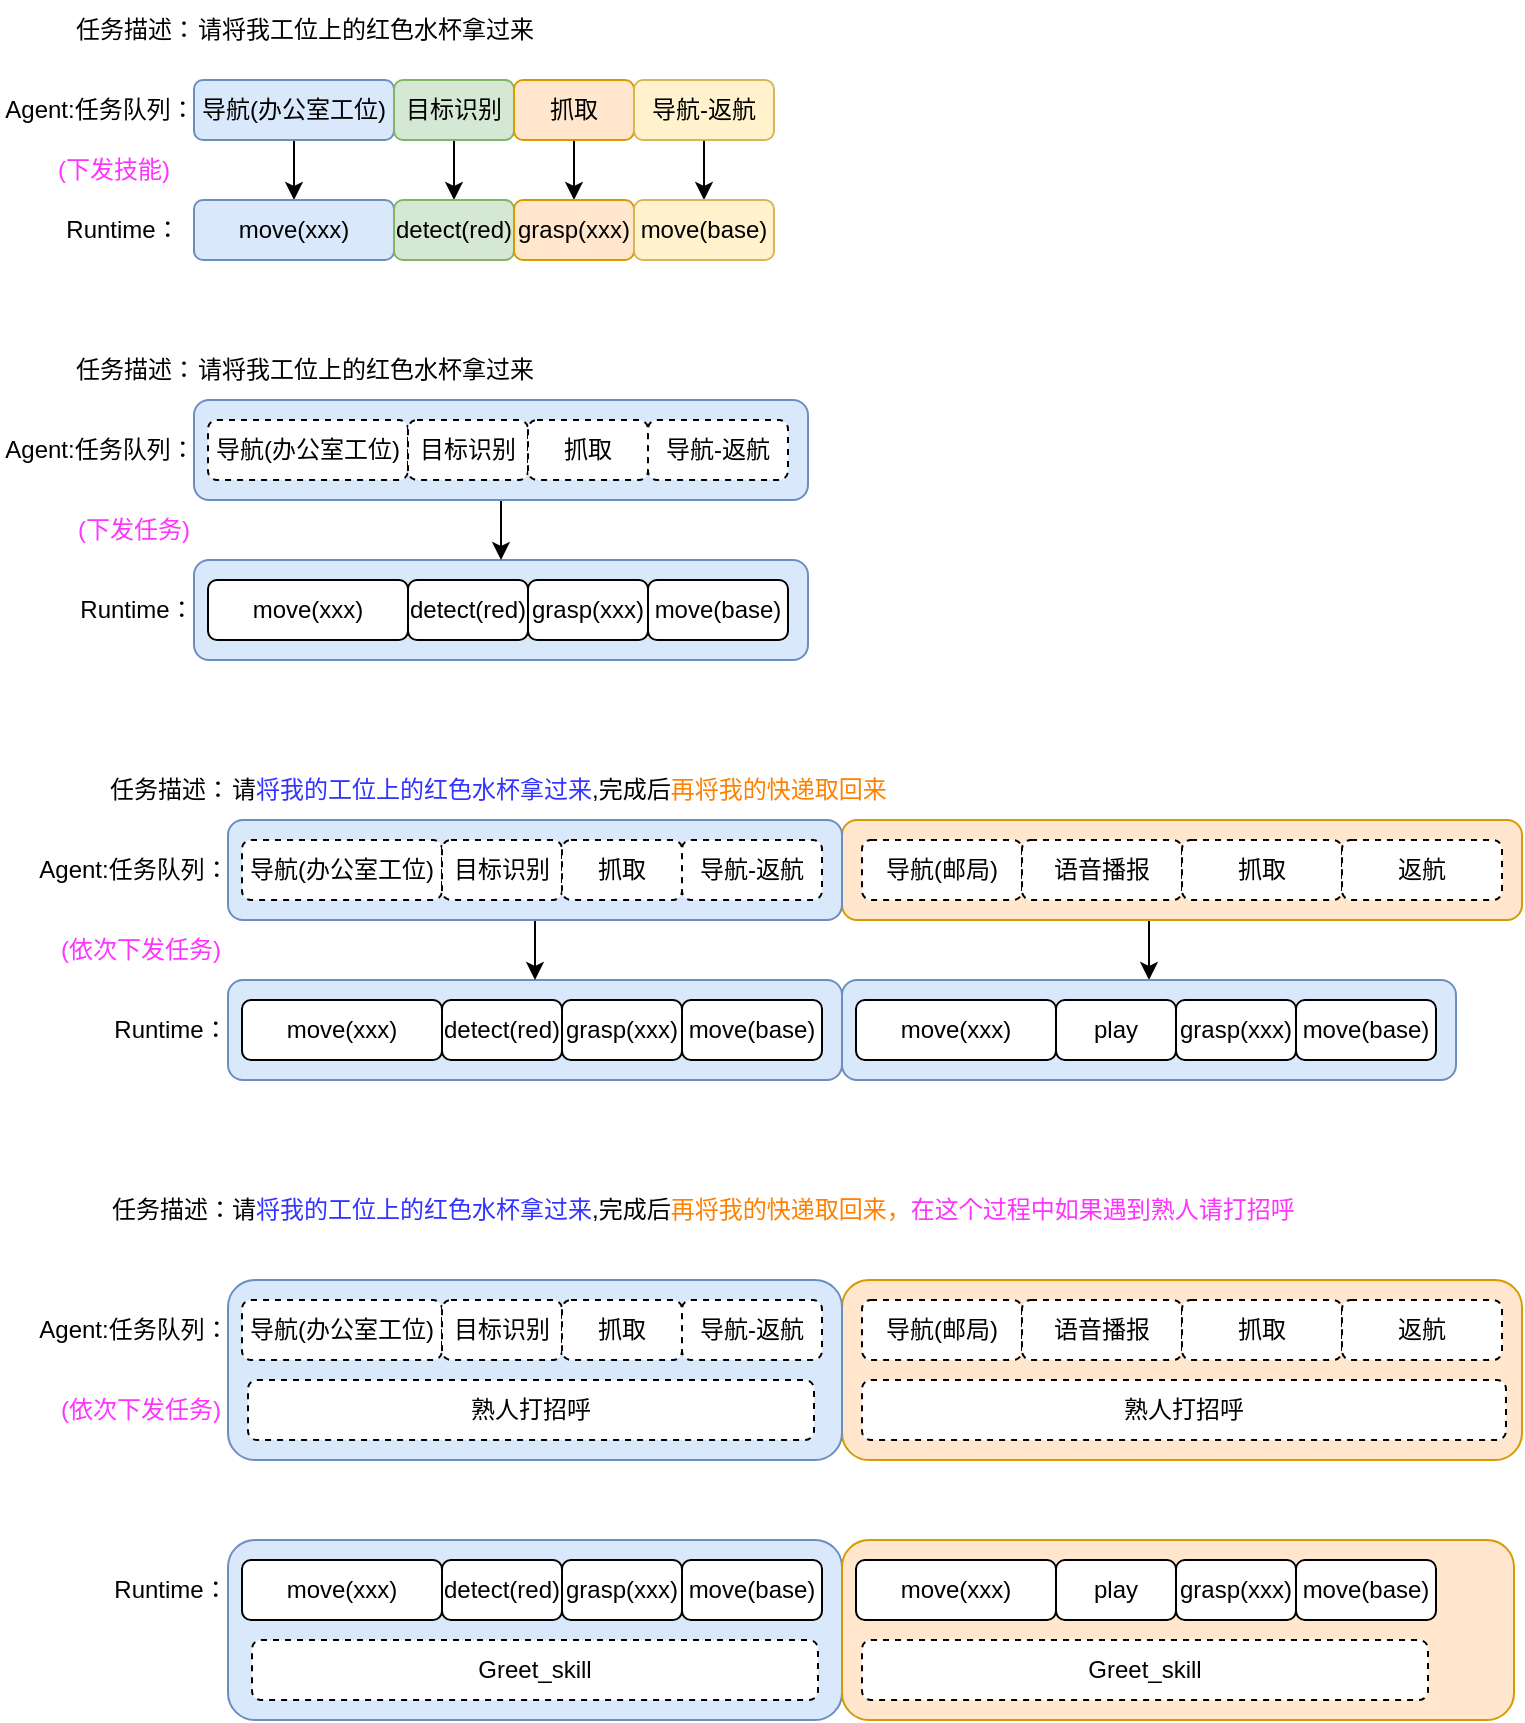
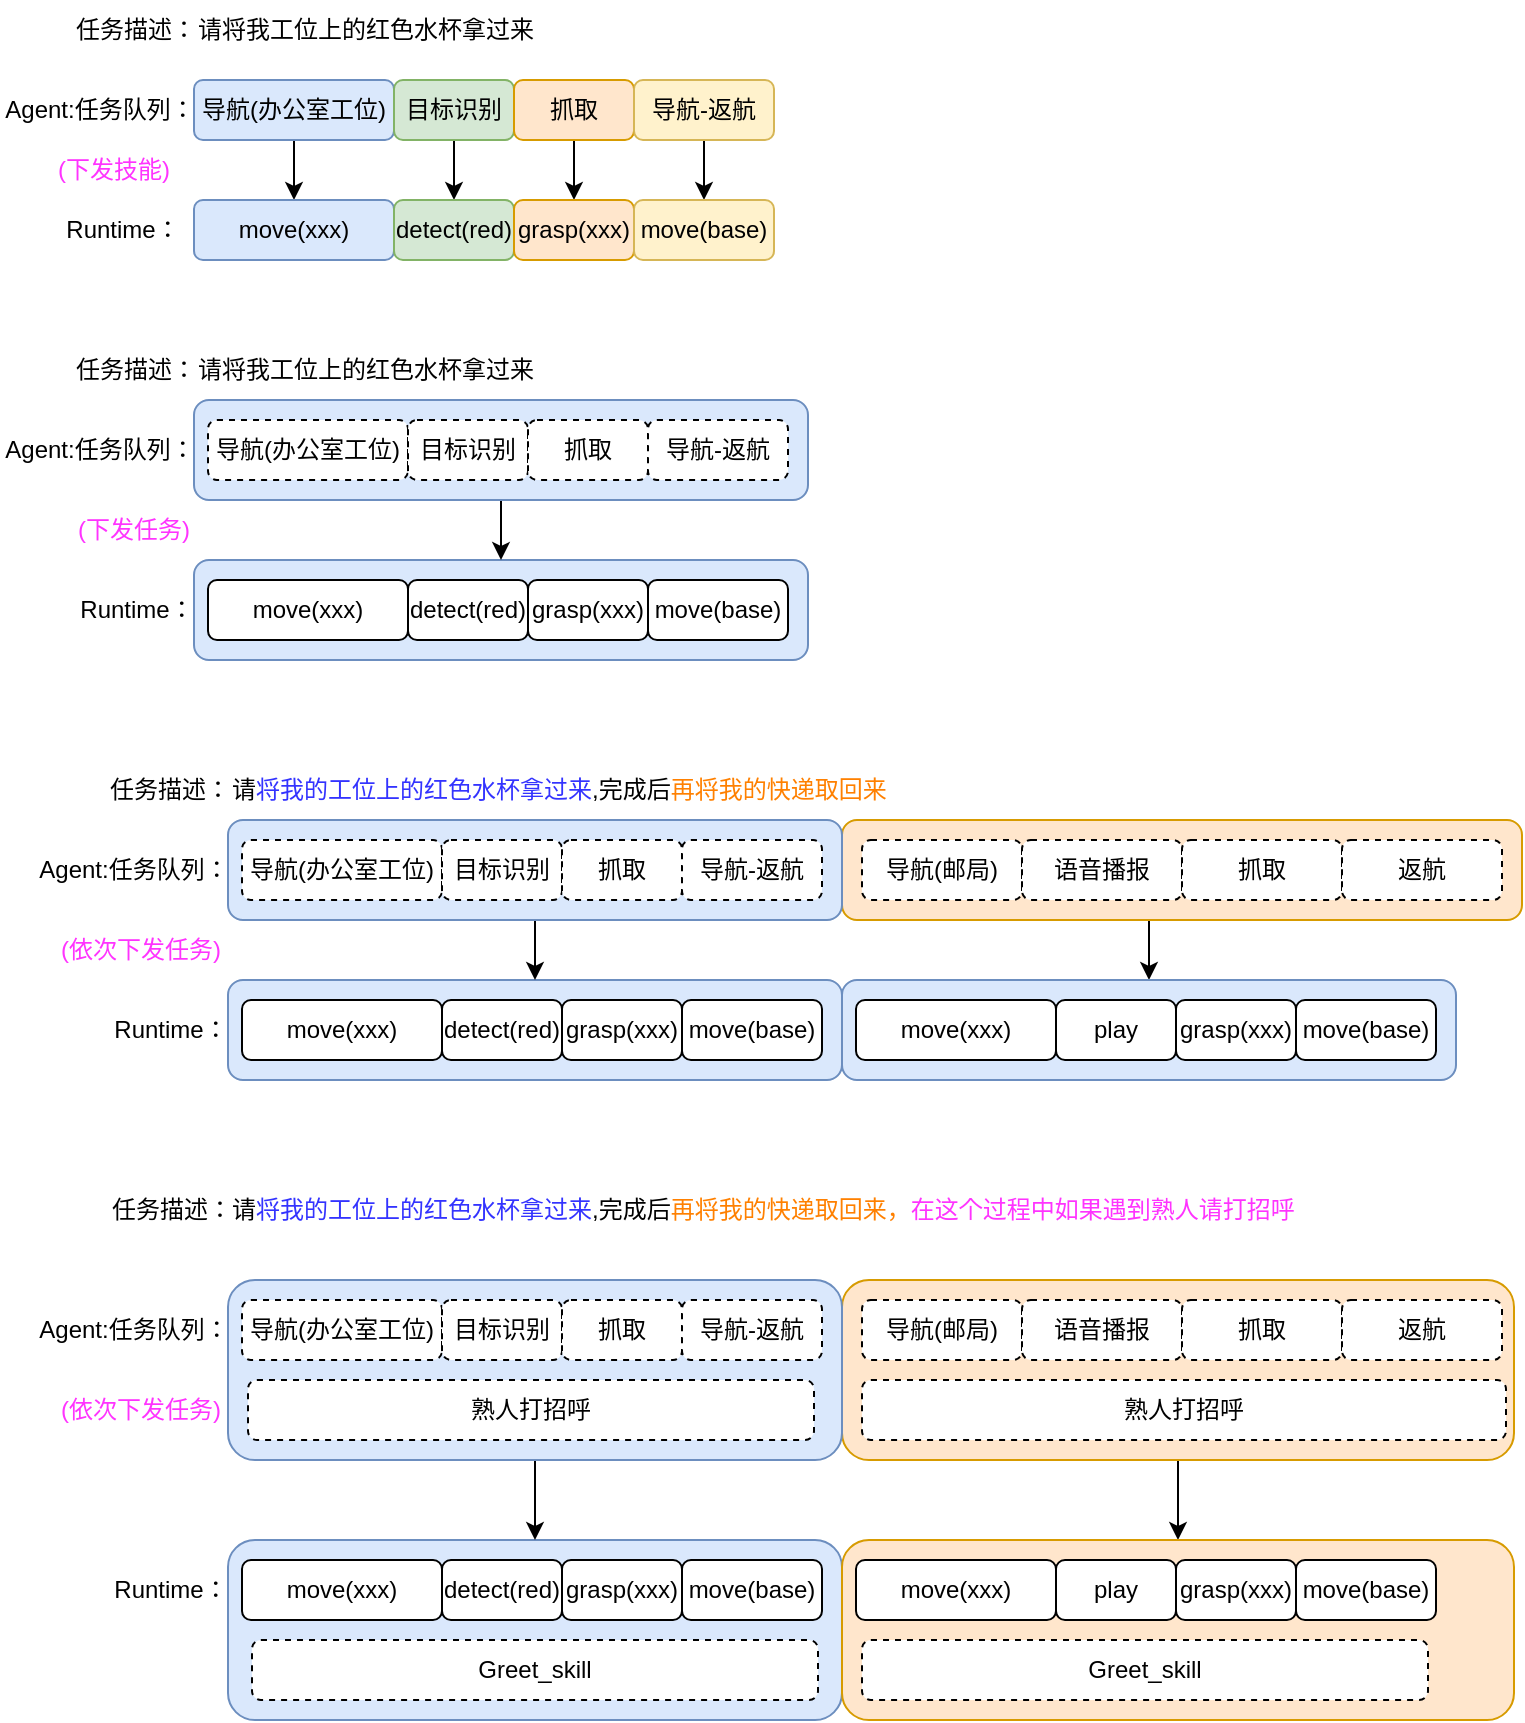
<mxfile host="app.diagrams.net">
  <diagram name="第 1 页" id="AqDmRzZVIJ-5uyctXJOA">
    <mxGraphModel dx="1120" dy="637" grid="1" gridSize="10" guides="1" tooltips="1" connect="1" arrows="1" fold="1" page="1" pageScale="1" pageWidth="2339" pageHeight="3300" math="0" shadow="0">
      <root>
        <mxCell id="0" />
        <mxCell id="1" parent="0" />
        <mxCell id="TX6EBbOIm9mCNyf-wsjQ-69" edge="1" parent="1" source="TX6EBbOIm9mCNyf-wsjQ-63" style="edgeStyle=orthogonalEdgeStyle;rounded=0;orthogonalLoop=1;jettySize=auto;html=1;exitX=0.5;exitY=1;exitDx=0;exitDy=0;entryX=0.5;entryY=0;entryDx=0;entryDy=0;" target="TX6EBbOIm9mCNyf-wsjQ-64">
          <mxGeometry relative="1" as="geometry" />
        </mxCell>
        <mxCell id="TX6EBbOIm9mCNyf-wsjQ-63" parent="1" style="rounded=1;whiteSpace=wrap;html=1;fillColor=#ffe6cc;strokeColor=#d79b00;" value="" vertex="1">
          <mxGeometry height="50" width="340" x="444" y="740" as="geometry" />
        </mxCell>
        <mxCell id="TX6EBbOIm9mCNyf-wsjQ-37" parent="1" style="rounded=1;whiteSpace=wrap;html=1;fillColor=#dae8fc;strokeColor=#6c8ebf;" value="" vertex="1">
          <mxGeometry height="50" width="307" x="120" y="610" as="geometry" />
        </mxCell>
        <mxCell id="TX6EBbOIm9mCNyf-wsjQ-38" edge="1" parent="1" source="TX6EBbOIm9mCNyf-wsjQ-36" style="edgeStyle=orthogonalEdgeStyle;rounded=0;orthogonalLoop=1;jettySize=auto;html=1;exitX=0.5;exitY=1;exitDx=0;exitDy=0;entryX=0.5;entryY=0;entryDx=0;entryDy=0;" target="TX6EBbOIm9mCNyf-wsjQ-37">
          <mxGeometry relative="1" as="geometry" />
        </mxCell>
        <mxCell id="TX6EBbOIm9mCNyf-wsjQ-36" parent="1" style="rounded=1;whiteSpace=wrap;html=1;fillColor=#dae8fc;strokeColor=#6c8ebf;" value="" vertex="1">
          <mxGeometry height="50" width="307" x="120" y="530" as="geometry" />
        </mxCell>
        <mxCell id="TX6EBbOIm9mCNyf-wsjQ-15" edge="1" parent="1" source="TX6EBbOIm9mCNyf-wsjQ-1" style="edgeStyle=orthogonalEdgeStyle;rounded=0;orthogonalLoop=1;jettySize=auto;html=1;exitX=0.5;exitY=1;exitDx=0;exitDy=0;entryX=0.5;entryY=0;entryDx=0;entryDy=0;" target="TX6EBbOIm9mCNyf-wsjQ-11">
          <mxGeometry relative="1" as="geometry" />
        </mxCell>
        <mxCell id="TX6EBbOIm9mCNyf-wsjQ-1" parent="1" style="rounded=1;whiteSpace=wrap;html=1;fillColor=#dae8fc;strokeColor=#6c8ebf;" value="导航(办公室工位)" vertex="1">
          <mxGeometry height="30" width="100" x="120" y="370" as="geometry" />
        </mxCell>
        <mxCell id="TX6EBbOIm9mCNyf-wsjQ-2" parent="1" style="text;html=1;whiteSpace=wrap;strokeColor=none;fillColor=none;align=center;verticalAlign=middle;rounded=0;" value="Agent:任务队列：" vertex="1">
          <mxGeometry height="30" width="100" x="23" y="370" as="geometry" />
        </mxCell>
        <mxCell id="TX6EBbOIm9mCNyf-wsjQ-3" parent="1" style="text;html=1;whiteSpace=wrap;strokeColor=none;fillColor=none;align=center;verticalAlign=middle;rounded=0;" value="任务描述：" vertex="1">
          <mxGeometry height="30" width="70" x="56" y="330" as="geometry" />
        </mxCell>
        <mxCell id="TX6EBbOIm9mCNyf-wsjQ-4" parent="1" style="text;html=1;whiteSpace=wrap;strokeColor=none;fillColor=none;align=left;verticalAlign=middle;rounded=0;" value="请将我工位上的红色水杯拿过来" vertex="1">
          <mxGeometry height="30" width="220" x="120" y="330" as="geometry" />
        </mxCell>
        <mxCell id="TX6EBbOIm9mCNyf-wsjQ-16" edge="1" parent="1" source="TX6EBbOIm9mCNyf-wsjQ-5" style="edgeStyle=orthogonalEdgeStyle;rounded=0;orthogonalLoop=1;jettySize=auto;html=1;exitX=0.5;exitY=1;exitDx=0;exitDy=0;entryX=0.5;entryY=0;entryDx=0;entryDy=0;" target="TX6EBbOIm9mCNyf-wsjQ-12">
          <mxGeometry relative="1" as="geometry" />
        </mxCell>
        <mxCell id="TX6EBbOIm9mCNyf-wsjQ-5" parent="1" style="rounded=1;whiteSpace=wrap;html=1;fillColor=#d5e8d4;strokeColor=#82b366;" value="目标识别" vertex="1">
          <mxGeometry height="30" width="60" x="220" y="370" as="geometry" />
        </mxCell>
        <mxCell id="TX6EBbOIm9mCNyf-wsjQ-17" edge="1" parent="1" source="TX6EBbOIm9mCNyf-wsjQ-6" style="edgeStyle=orthogonalEdgeStyle;rounded=0;orthogonalLoop=1;jettySize=auto;html=1;exitX=0.5;exitY=1;exitDx=0;exitDy=0;entryX=0.5;entryY=0;entryDx=0;entryDy=0;" target="TX6EBbOIm9mCNyf-wsjQ-13">
          <mxGeometry relative="1" as="geometry" />
        </mxCell>
        <mxCell id="TX6EBbOIm9mCNyf-wsjQ-6" parent="1" style="rounded=1;whiteSpace=wrap;html=1;fillColor=#ffe6cc;strokeColor=#d79b00;" value="抓取" vertex="1">
          <mxGeometry height="30" width="60" x="280" y="370" as="geometry" />
        </mxCell>
        <mxCell id="TX6EBbOIm9mCNyf-wsjQ-18" edge="1" parent="1" source="TX6EBbOIm9mCNyf-wsjQ-7" style="edgeStyle=orthogonalEdgeStyle;rounded=0;orthogonalLoop=1;jettySize=auto;html=1;exitX=0.5;exitY=1;exitDx=0;exitDy=0;entryX=0.5;entryY=0;entryDx=0;entryDy=0;" target="TX6EBbOIm9mCNyf-wsjQ-14">
          <mxGeometry relative="1" as="geometry" />
        </mxCell>
        <mxCell id="TX6EBbOIm9mCNyf-wsjQ-7" parent="1" style="rounded=1;whiteSpace=wrap;html=1;fillColor=#fff2cc;strokeColor=#d6b656;" value="导航-返航" vertex="1">
          <mxGeometry height="30" width="70" x="340" y="370" as="geometry" />
        </mxCell>
        <mxCell id="TX6EBbOIm9mCNyf-wsjQ-8" parent="1" style="text;html=1;whiteSpace=wrap;strokeColor=none;fillColor=none;align=center;verticalAlign=middle;rounded=0;" value="Runtime：" vertex="1">
          <mxGeometry height="30" width="57" x="56" y="430" as="geometry" />
        </mxCell>
        <mxCell id="TX6EBbOIm9mCNyf-wsjQ-11" parent="1" style="rounded=1;whiteSpace=wrap;html=1;fillColor=#dae8fc;strokeColor=#6c8ebf;" value="move(xxx)" vertex="1">
          <mxGeometry height="30" width="100" x="120" y="430" as="geometry" />
        </mxCell>
        <mxCell id="TX6EBbOIm9mCNyf-wsjQ-12" parent="1" style="rounded=1;whiteSpace=wrap;html=1;fillColor=#d5e8d4;strokeColor=#82b366;" value="detect(red)" vertex="1">
          <mxGeometry height="30" width="60" x="220" y="430" as="geometry" />
        </mxCell>
        <mxCell id="TX6EBbOIm9mCNyf-wsjQ-13" parent="1" style="rounded=1;whiteSpace=wrap;html=1;fillColor=#ffe6cc;strokeColor=#d79b00;" value="grasp(xxx)" vertex="1">
          <mxGeometry height="30" width="60" x="280" y="430" as="geometry" />
        </mxCell>
        <mxCell id="TX6EBbOIm9mCNyf-wsjQ-14" parent="1" style="rounded=1;whiteSpace=wrap;html=1;fillColor=#fff2cc;strokeColor=#d6b656;" value="move(base)" vertex="1">
          <mxGeometry height="30" width="70" x="340" y="430" as="geometry" />
        </mxCell>
        <mxCell id="TX6EBbOIm9mCNyf-wsjQ-19" parent="1" style="text;html=1;whiteSpace=wrap;strokeColor=none;fillColor=none;align=left;verticalAlign=middle;rounded=0;" value="请将我工位上的红色水杯拿过来" vertex="1">
          <mxGeometry height="30" width="220" x="120" y="500" as="geometry" />
        </mxCell>
        <mxCell id="TX6EBbOIm9mCNyf-wsjQ-20" parent="1" style="text;html=1;whiteSpace=wrap;strokeColor=none;fillColor=none;align=center;verticalAlign=middle;rounded=0;" value="任务描述：" vertex="1">
          <mxGeometry height="30" width="70" x="56" y="500" as="geometry" />
        </mxCell>
        <mxCell id="TX6EBbOIm9mCNyf-wsjQ-22" parent="1" style="rounded=1;whiteSpace=wrap;html=1;dashed=1;" value="导航(办公室工位)" vertex="1">
          <mxGeometry height="30" width="100" x="127" y="540" as="geometry" />
        </mxCell>
        <mxCell id="TX6EBbOIm9mCNyf-wsjQ-23" parent="1" style="text;html=1;whiteSpace=wrap;strokeColor=none;fillColor=none;align=center;verticalAlign=middle;rounded=0;" value="Agent:任务队列：" vertex="1">
          <mxGeometry height="30" width="100" x="23" y="540" as="geometry" />
        </mxCell>
        <mxCell id="TX6EBbOIm9mCNyf-wsjQ-25" parent="1" style="rounded=1;whiteSpace=wrap;html=1;dashed=1;" value="目标识别" vertex="1">
          <mxGeometry height="30" width="60" x="227" y="540" as="geometry" />
        </mxCell>
        <mxCell id="TX6EBbOIm9mCNyf-wsjQ-27" parent="1" style="rounded=1;whiteSpace=wrap;html=1;dashed=1;" value="抓取" vertex="1">
          <mxGeometry height="30" width="60" x="287" y="540" as="geometry" />
        </mxCell>
        <mxCell id="TX6EBbOIm9mCNyf-wsjQ-29" parent="1" style="rounded=1;whiteSpace=wrap;html=1;dashed=1;" value="导航-返航" vertex="1">
          <mxGeometry height="30" width="70" x="347" y="540" as="geometry" />
        </mxCell>
        <mxCell id="TX6EBbOIm9mCNyf-wsjQ-30" parent="1" style="text;html=1;whiteSpace=wrap;strokeColor=none;fillColor=none;align=center;verticalAlign=middle;rounded=0;" value="Runtime：" vertex="1">
          <mxGeometry height="30" width="57" x="62.5" y="620" as="geometry" />
        </mxCell>
        <mxCell id="TX6EBbOIm9mCNyf-wsjQ-31" parent="1" style="rounded=1;whiteSpace=wrap;html=1;" value="move(xxx)" vertex="1">
          <mxGeometry height="30" width="100" x="127" y="620" as="geometry" />
        </mxCell>
        <mxCell id="TX6EBbOIm9mCNyf-wsjQ-32" parent="1" style="rounded=1;whiteSpace=wrap;html=1;" value="detect(red)" vertex="1">
          <mxGeometry height="30" width="60" x="227" y="620" as="geometry" />
        </mxCell>
        <mxCell id="TX6EBbOIm9mCNyf-wsjQ-33" parent="1" style="rounded=1;whiteSpace=wrap;html=1;" value="grasp(xxx)" vertex="1">
          <mxGeometry height="30" width="60" x="287" y="620" as="geometry" />
        </mxCell>
        <mxCell id="TX6EBbOIm9mCNyf-wsjQ-34" parent="1" style="rounded=1;whiteSpace=wrap;html=1;" value="move(base)" vertex="1">
          <mxGeometry height="30" width="70" x="347" y="620" as="geometry" />
        </mxCell>
        <mxCell id="TX6EBbOIm9mCNyf-wsjQ-35" parent="1" style="text;html=1;whiteSpace=wrap;strokeColor=none;fillColor=none;align=center;verticalAlign=middle;rounded=0;fontColor=#FF33FF;" value="(下发技能)" vertex="1">
          <mxGeometry height="30" width="60" x="50" y="400" as="geometry" />
        </mxCell>
        <mxCell id="TX6EBbOIm9mCNyf-wsjQ-39" parent="1" style="text;html=1;whiteSpace=wrap;strokeColor=none;fillColor=none;align=center;verticalAlign=middle;rounded=0;fontColor=#FF33FF;" value="(下发任务)" vertex="1">
          <mxGeometry height="30" width="60" x="59.5" y="580" as="geometry" />
        </mxCell>
        <mxCell id="TX6EBbOIm9mCNyf-wsjQ-40" parent="1" style="rounded=1;whiteSpace=wrap;html=1;fillColor=#dae8fc;strokeColor=#6c8ebf;" value="" vertex="1">
          <mxGeometry height="50" width="307" x="137" y="820" as="geometry" />
        </mxCell>
        <mxCell id="TX6EBbOIm9mCNyf-wsjQ-41" edge="1" parent="1" source="TX6EBbOIm9mCNyf-wsjQ-42" style="edgeStyle=orthogonalEdgeStyle;rounded=0;orthogonalLoop=1;jettySize=auto;html=1;exitX=0.5;exitY=1;exitDx=0;exitDy=0;entryX=0.5;entryY=0;entryDx=0;entryDy=0;" target="TX6EBbOIm9mCNyf-wsjQ-40">
          <mxGeometry relative="1" as="geometry" />
        </mxCell>
        <mxCell id="TX6EBbOIm9mCNyf-wsjQ-42" parent="1" style="rounded=1;whiteSpace=wrap;html=1;fillColor=#dae8fc;strokeColor=#6c8ebf;" value="" vertex="1">
          <mxGeometry height="50" width="307" x="137" y="740" as="geometry" />
        </mxCell>
        <mxCell id="TX6EBbOIm9mCNyf-wsjQ-43" parent="1" style="text;html=1;whiteSpace=wrap;strokeColor=none;fillColor=none;align=left;verticalAlign=middle;rounded=0;" value="请&lt;font style=&quot;color: rgb(51, 51, 255);&quot;&gt;将我的工位上的红色水杯拿过来&lt;/font&gt;,完成后&lt;font style=&quot;color: rgb(255, 128, 0);&quot;&gt;再将我的快递取回来&lt;/font&gt;" vertex="1">
          <mxGeometry height="30" width="373" x="137" y="710" as="geometry" />
        </mxCell>
        <mxCell id="TX6EBbOIm9mCNyf-wsjQ-44" parent="1" style="text;html=1;whiteSpace=wrap;strokeColor=none;fillColor=none;align=center;verticalAlign=middle;rounded=0;" value="任务描述：" vertex="1">
          <mxGeometry height="30" width="70" x="73" y="710" as="geometry" />
        </mxCell>
        <mxCell id="TX6EBbOIm9mCNyf-wsjQ-45" parent="1" style="rounded=1;whiteSpace=wrap;html=1;dashed=1;" value="导航(办公室工位)" vertex="1">
          <mxGeometry height="30" width="100" x="144" y="750" as="geometry" />
        </mxCell>
        <mxCell id="TX6EBbOIm9mCNyf-wsjQ-46" parent="1" style="text;html=1;whiteSpace=wrap;strokeColor=none;fillColor=none;align=center;verticalAlign=middle;rounded=0;" value="Agent:任务队列：" vertex="1">
          <mxGeometry height="30" width="100" x="40" y="750" as="geometry" />
        </mxCell>
        <mxCell id="TX6EBbOIm9mCNyf-wsjQ-47" parent="1" style="rounded=1;whiteSpace=wrap;html=1;dashed=1;" value="目标识别" vertex="1">
          <mxGeometry height="30" width="60" x="244" y="750" as="geometry" />
        </mxCell>
        <mxCell id="TX6EBbOIm9mCNyf-wsjQ-48" parent="1" style="rounded=1;whiteSpace=wrap;html=1;dashed=1;" value="抓取" vertex="1">
          <mxGeometry height="30" width="60" x="304" y="750" as="geometry" />
        </mxCell>
        <mxCell id="TX6EBbOIm9mCNyf-wsjQ-49" parent="1" style="rounded=1;whiteSpace=wrap;html=1;dashed=1;" value="导航-返航" vertex="1">
          <mxGeometry height="30" width="70" x="364" y="750" as="geometry" />
        </mxCell>
        <mxCell id="TX6EBbOIm9mCNyf-wsjQ-50" parent="1" style="text;html=1;whiteSpace=wrap;strokeColor=none;fillColor=none;align=center;verticalAlign=middle;rounded=0;" value="Runtime：" vertex="1">
          <mxGeometry height="30" width="57" x="79.5" y="830" as="geometry" />
        </mxCell>
        <mxCell id="TX6EBbOIm9mCNyf-wsjQ-51" parent="1" style="rounded=1;whiteSpace=wrap;html=1;" value="move(xxx)" vertex="1">
          <mxGeometry height="30" width="100" x="144" y="830" as="geometry" />
        </mxCell>
        <mxCell id="TX6EBbOIm9mCNyf-wsjQ-52" parent="1" style="rounded=1;whiteSpace=wrap;html=1;" value="detect(red)" vertex="1">
          <mxGeometry height="30" width="60" x="244" y="830" as="geometry" />
        </mxCell>
        <mxCell id="TX6EBbOIm9mCNyf-wsjQ-53" parent="1" style="rounded=1;whiteSpace=wrap;html=1;" value="grasp(xxx)" vertex="1">
          <mxGeometry height="30" width="60" x="304" y="830" as="geometry" />
        </mxCell>
        <mxCell id="TX6EBbOIm9mCNyf-wsjQ-54" parent="1" style="rounded=1;whiteSpace=wrap;html=1;" value="move(base)" vertex="1">
          <mxGeometry height="30" width="70" x="364" y="830" as="geometry" />
        </mxCell>
        <mxCell id="TX6EBbOIm9mCNyf-wsjQ-55" parent="1" style="text;html=1;whiteSpace=wrap;strokeColor=none;fillColor=none;align=center;verticalAlign=middle;rounded=0;fontColor=#FF33FF;" value="(依次下发任务)" vertex="1">
          <mxGeometry height="30" width="86.5" x="50" y="790" as="geometry" />
        </mxCell>
        <mxCell id="TX6EBbOIm9mCNyf-wsjQ-56" parent="1" style="rounded=1;whiteSpace=wrap;html=1;dashed=1;" value="导航(邮局)" vertex="1">
          <mxGeometry height="30" width="80" x="454" y="750" as="geometry" />
        </mxCell>
        <mxCell id="TX6EBbOIm9mCNyf-wsjQ-60" parent="1" style="rounded=1;whiteSpace=wrap;html=1;dashed=1;" value="语音播报" vertex="1">
          <mxGeometry height="30" width="80" x="534" y="750" as="geometry" />
        </mxCell>
        <mxCell id="TX6EBbOIm9mCNyf-wsjQ-61" parent="1" style="rounded=1;whiteSpace=wrap;html=1;dashed=1;" value="抓取" vertex="1">
          <mxGeometry height="30" width="80" x="614" y="750" as="geometry" />
        </mxCell>
        <mxCell id="TX6EBbOIm9mCNyf-wsjQ-62" parent="1" style="rounded=1;whiteSpace=wrap;html=1;dashed=1;" value="返航" vertex="1">
          <mxGeometry height="30" width="80" x="694" y="750" as="geometry" />
        </mxCell>
        <mxCell id="TX6EBbOIm9mCNyf-wsjQ-64" parent="1" style="rounded=1;whiteSpace=wrap;html=1;fillColor=#dae8fc;strokeColor=#6c8ebf;" value="" vertex="1">
          <mxGeometry height="50" width="307" x="444" y="820" as="geometry" />
        </mxCell>
        <mxCell id="TX6EBbOIm9mCNyf-wsjQ-65" parent="1" style="rounded=1;whiteSpace=wrap;html=1;" value="move(xxx)" vertex="1">
          <mxGeometry height="30" width="100" x="451" y="830" as="geometry" />
        </mxCell>
        <mxCell id="TX6EBbOIm9mCNyf-wsjQ-66" parent="1" style="rounded=1;whiteSpace=wrap;html=1;" value="play" vertex="1">
          <mxGeometry height="30" width="60" x="551" y="830" as="geometry" />
        </mxCell>
        <mxCell id="TX6EBbOIm9mCNyf-wsjQ-67" parent="1" style="rounded=1;whiteSpace=wrap;html=1;" value="grasp(xxx)" vertex="1">
          <mxGeometry height="30" width="60" x="611" y="830" as="geometry" />
        </mxCell>
        <mxCell id="TX6EBbOIm9mCNyf-wsjQ-68" parent="1" style="rounded=1;whiteSpace=wrap;html=1;" value="move(base)" vertex="1">
          <mxGeometry height="30" width="70" x="671" y="830" as="geometry" />
        </mxCell>
        <mxCell id="TX6EBbOIm9mCNyf-wsjQ-70" parent="1" style="text;html=1;whiteSpace=wrap;strokeColor=none;fillColor=none;align=left;verticalAlign=middle;rounded=0;" value="请&lt;font style=&quot;color: rgb(51, 51, 255);&quot;&gt;将我的工位上的红色水杯拿过来&lt;/font&gt;,完成后&lt;font style=&quot;color: rgb(255, 128, 0);&quot;&gt;再将我的快递取回来，&lt;/font&gt;&lt;font style=&quot;color: rgb(255, 51, 255);&quot;&gt;在这个过程中如果遇到熟人请打招呼&lt;/font&gt;" vertex="1">
          <mxGeometry height="30" width="583" x="137" y="920" as="geometry" />
        </mxCell>
        <mxCell id="TX6EBbOIm9mCNyf-wsjQ-71" parent="1" style="text;html=1;whiteSpace=wrap;strokeColor=none;fillColor=none;align=center;verticalAlign=middle;rounded=0;" value="任务描述：" vertex="1">
          <mxGeometry height="30" width="70" x="74" y="920" as="geometry" />
        </mxCell>
+         <mxCell id="TX6EBbOIm9mCNyf-wsjQ-104" edge="1" parent="1" source="TX6EBbOIm9mCNyf-wsjQ-73" style="edgeStyle=orthogonalEdgeStyle;rounded=0;orthogonalLoop=1;jettySize=auto;html=1;exitX=0.5;exitY=1;exitDx=0;exitDy=0;entryX=0.5;entryY=0;entryDx=0;entryDy=0;" target="TX6EBbOIm9mCNyf-wsjQ-94">
+           <mxGeometry relative="1" as="geometry" />
+         </mxCell>
        <mxCell id="TX6EBbOIm9mCNyf-wsjQ-73" parent="1" style="rounded=1;whiteSpace=wrap;html=1;fillColor=#ffe6cc;strokeColor=#d79b00;" value="" vertex="1">
-           <mxGeometry height="90" width="340" x="444" y="970" as="geometry" />
+           <mxGeometry height="90" width="336" x="444" y="970" as="geometry" />
        </mxCell>
        <mxCell id="TX6EBbOIm9mCNyf-wsjQ-74" parent="1" style="rounded=1;whiteSpace=wrap;html=1;fillColor=#dae8fc;strokeColor=#6c8ebf;" value="" vertex="1">
          <mxGeometry height="90" width="307" x="137" y="1100" as="geometry" />
+         </mxCell>
+         <mxCell id="TX6EBbOIm9mCNyf-wsjQ-103" edge="1" parent="1" source="TX6EBbOIm9mCNyf-wsjQ-76" style="edgeStyle=orthogonalEdgeStyle;rounded=0;orthogonalLoop=1;jettySize=auto;html=1;exitX=0.5;exitY=1;exitDx=0;exitDy=0;entryX=0.5;entryY=0;entryDx=0;entryDy=0;" target="TX6EBbOIm9mCNyf-wsjQ-74">
+           <mxGeometry relative="1" as="geometry" />
        </mxCell>
        <mxCell id="TX6EBbOIm9mCNyf-wsjQ-76" parent="1" style="rounded=1;whiteSpace=wrap;html=1;fillColor=#dae8fc;strokeColor=#6c8ebf;" value="" vertex="1">
          <mxGeometry height="90" width="307" x="137" y="970" as="geometry" />
        </mxCell>
        <mxCell id="TX6EBbOIm9mCNyf-wsjQ-79" parent="1" style="rounded=1;whiteSpace=wrap;html=1;dashed=1;" value="导航(办公室工位)" vertex="1">
          <mxGeometry height="30" width="100" x="144" y="980" as="geometry" />
        </mxCell>
        <mxCell id="TX6EBbOIm9mCNyf-wsjQ-80" parent="1" style="text;html=1;whiteSpace=wrap;strokeColor=none;fillColor=none;align=center;verticalAlign=middle;rounded=0;" value="Agent:任务队列：" vertex="1">
          <mxGeometry height="30" width="100" x="40" y="980" as="geometry" />
        </mxCell>
        <mxCell id="TX6EBbOIm9mCNyf-wsjQ-81" parent="1" style="rounded=1;whiteSpace=wrap;html=1;dashed=1;" value="目标识别" vertex="1">
          <mxGeometry height="30" width="60" x="244" y="980" as="geometry" />
        </mxCell>
        <mxCell id="TX6EBbOIm9mCNyf-wsjQ-82" parent="1" style="rounded=1;whiteSpace=wrap;html=1;dashed=1;" value="抓取" vertex="1">
          <mxGeometry height="30" width="60" x="304" y="980" as="geometry" />
        </mxCell>
        <mxCell id="TX6EBbOIm9mCNyf-wsjQ-83" parent="1" style="rounded=1;whiteSpace=wrap;html=1;dashed=1;" value="导航-返航" vertex="1">
          <mxGeometry height="30" width="70" x="364" y="980" as="geometry" />
        </mxCell>
        <mxCell id="TX6EBbOIm9mCNyf-wsjQ-84" parent="1" style="text;html=1;whiteSpace=wrap;strokeColor=none;fillColor=none;align=center;verticalAlign=middle;rounded=0;" value="Runtime：" vertex="1">
          <mxGeometry height="30" width="57" x="79.5" y="1110" as="geometry" />
        </mxCell>
        <mxCell id="TX6EBbOIm9mCNyf-wsjQ-85" parent="1" style="rounded=1;whiteSpace=wrap;html=1;" value="move(xxx)" vertex="1">
          <mxGeometry height="30" width="100" x="144" y="1110" as="geometry" />
        </mxCell>
        <mxCell id="TX6EBbOIm9mCNyf-wsjQ-86" parent="1" style="rounded=1;whiteSpace=wrap;html=1;" value="detect(red)" vertex="1">
          <mxGeometry height="30" width="60" x="244" y="1110" as="geometry" />
        </mxCell>
        <mxCell id="TX6EBbOIm9mCNyf-wsjQ-87" parent="1" style="rounded=1;whiteSpace=wrap;html=1;" value="grasp(xxx)" vertex="1">
          <mxGeometry height="30" width="60" x="304" y="1110" as="geometry" />
        </mxCell>
        <mxCell id="TX6EBbOIm9mCNyf-wsjQ-88" parent="1" style="rounded=1;whiteSpace=wrap;html=1;" value="move(base)" vertex="1">
          <mxGeometry height="30" width="70" x="364" y="1110" as="geometry" />
        </mxCell>
        <mxCell id="TX6EBbOIm9mCNyf-wsjQ-89" parent="1" style="text;html=1;whiteSpace=wrap;strokeColor=none;fillColor=none;align=center;verticalAlign=middle;rounded=0;fontColor=#FF33FF;" value="(依次下发任务)" vertex="1">
          <mxGeometry height="30" width="86.5" x="50" y="1020" as="geometry" />
        </mxCell>
        <mxCell id="TX6EBbOIm9mCNyf-wsjQ-90" parent="1" style="rounded=1;whiteSpace=wrap;html=1;dashed=1;" value="导航(邮局)" vertex="1">
          <mxGeometry height="30" width="80" x="454" y="980" as="geometry" />
        </mxCell>
        <mxCell id="TX6EBbOIm9mCNyf-wsjQ-91" parent="1" style="rounded=1;whiteSpace=wrap;html=1;dashed=1;" value="语音播报" vertex="1">
          <mxGeometry height="30" width="80" x="534" y="980" as="geometry" />
        </mxCell>
        <mxCell id="TX6EBbOIm9mCNyf-wsjQ-92" parent="1" style="rounded=1;whiteSpace=wrap;html=1;dashed=1;" value="抓取" vertex="1">
          <mxGeometry height="30" width="80" x="614" y="980" as="geometry" />
        </mxCell>
        <mxCell id="TX6EBbOIm9mCNyf-wsjQ-93" parent="1" style="rounded=1;whiteSpace=wrap;html=1;dashed=1;" value="返航" vertex="1">
          <mxGeometry height="30" width="80" x="694" y="980" as="geometry" />
        </mxCell>
        <mxCell id="TX6EBbOIm9mCNyf-wsjQ-94" parent="1" style="rounded=1;whiteSpace=wrap;html=1;fillColor=#ffe6cc;strokeColor=#d79b00;" value="" vertex="1">
          <mxGeometry height="90" width="336" x="444" y="1100" as="geometry" />
        </mxCell>
        <mxCell id="TX6EBbOIm9mCNyf-wsjQ-95" parent="1" style="rounded=1;whiteSpace=wrap;html=1;" value="move(xxx)" vertex="1">
          <mxGeometry height="30" width="100" x="451" y="1110" as="geometry" />
        </mxCell>
        <mxCell id="TX6EBbOIm9mCNyf-wsjQ-96" parent="1" style="rounded=1;whiteSpace=wrap;html=1;" value="play" vertex="1">
          <mxGeometry height="30" width="60" x="551" y="1110" as="geometry" />
        </mxCell>
        <mxCell id="TX6EBbOIm9mCNyf-wsjQ-97" parent="1" style="rounded=1;whiteSpace=wrap;html=1;" value="grasp(xxx)" vertex="1">
          <mxGeometry height="30" width="60" x="611" y="1110" as="geometry" />
        </mxCell>
        <mxCell id="TX6EBbOIm9mCNyf-wsjQ-98" parent="1" style="rounded=1;whiteSpace=wrap;html=1;" value="move(base)" vertex="1">
          <mxGeometry height="30" width="70" x="671" y="1110" as="geometry" />
        </mxCell>
        <mxCell id="TX6EBbOIm9mCNyf-wsjQ-99" parent="1" style="rounded=1;whiteSpace=wrap;html=1;dashed=1;" value="熟人打招呼" vertex="1">
          <mxGeometry height="30" width="283" x="147" y="1020" as="geometry" />
        </mxCell>
        <mxCell id="TX6EBbOIm9mCNyf-wsjQ-100" parent="1" style="rounded=1;whiteSpace=wrap;html=1;dashed=1;" value="熟人打招呼" vertex="1">
          <mxGeometry height="30" width="322" x="454" y="1020" as="geometry" />
        </mxCell>
        <mxCell id="TX6EBbOIm9mCNyf-wsjQ-101" parent="1" style="rounded=1;whiteSpace=wrap;html=1;dashed=1;" value="Greet_skill" vertex="1">
          <mxGeometry height="30" width="283" x="149" y="1150" as="geometry" />
        </mxCell>
        <mxCell id="TX6EBbOIm9mCNyf-wsjQ-102" parent="1" style="rounded=1;whiteSpace=wrap;html=1;dashed=1;" value="Greet_skill" vertex="1">
          <mxGeometry height="30" width="283" x="454" y="1150" as="geometry" />
        </mxCell>
      </root>
    </mxGraphModel>
  </diagram>
</mxfile>
